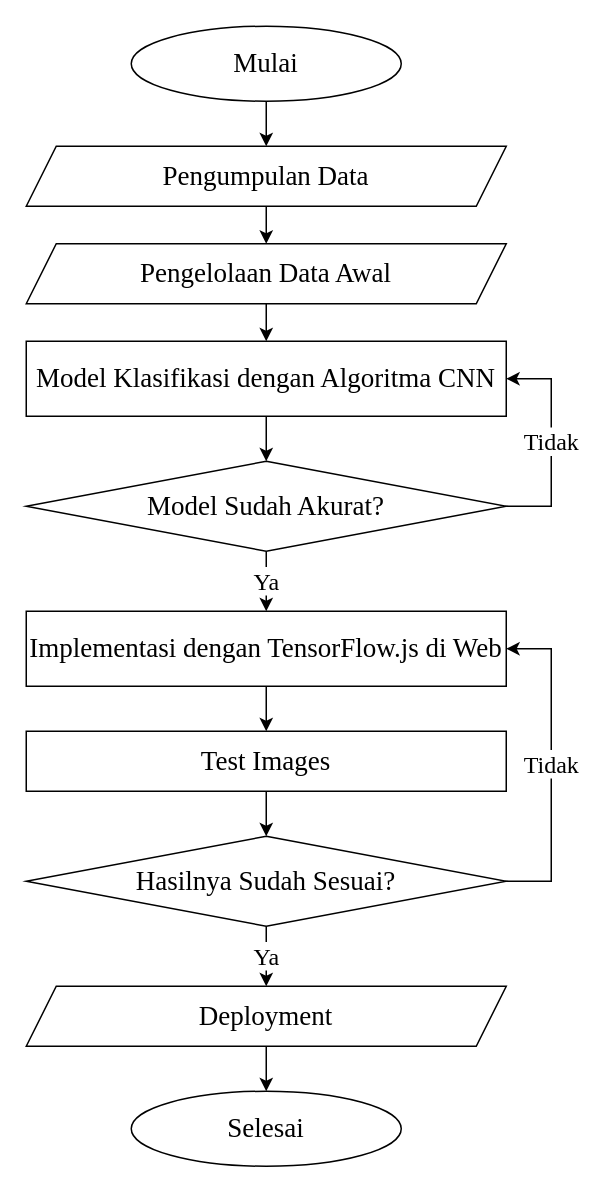
The draw.io diagram Flowchart Penelitian Diagram.drawio in virgiawankusuma/drawio-archive-skripsi, before the edit. Source tidied: cells renumbered, new cells numbered last; positions are measured from the earlier drawing's top-left corner, leaving out a move shared by most shapes. Both pictures are drawn from the tidied source at 150%, with x=0, y=0 at pixel (26, 26).
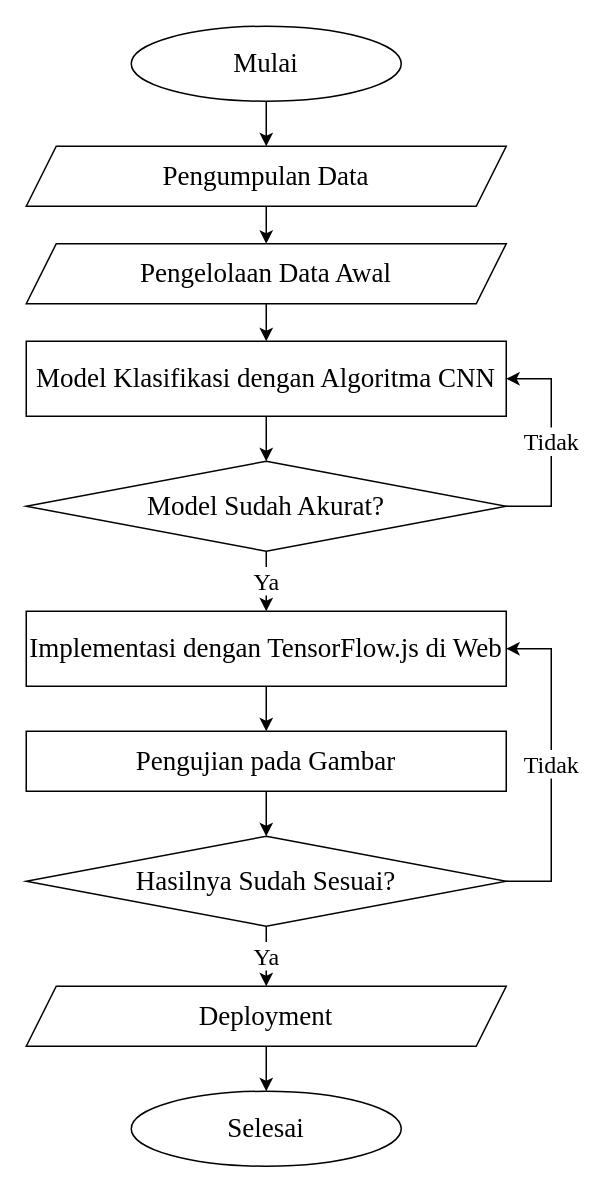
After the change.

What changed in the source:
```diff
@@
-    <mxCell id="24" value="Test Images" style="rounded=0;whiteSpace=wrap;html=1;fontSize=18;fontFamily=Times New Roman;" parent="1" vertex="1">
+    <mxCell id="24" value="Pengujian pada Gambar" style="rounded=0;whiteSpace=wrap;html=1;fontSize=18;fontFamily=Times New Roman;" parent="1" vertex="1">
       <mxGeometry y="470" width="320" height="40" as="geometry" />
     </mxCell>
```
